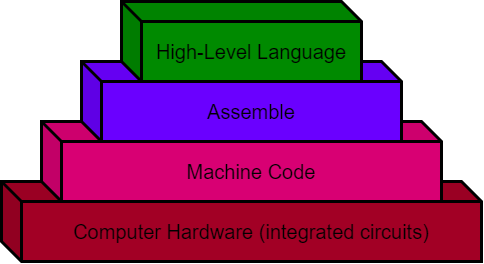
Earlier version of the draw.io export docs/introduction/images/programming_language_levels.png (Mr-Coxall/Computer-Based-Problem-Solving). Source tidied: cells renumbered, new cells last; positions are measured from the earlier drawing's top-left corner, leaving out a move shared by most shapes. Its diagram source:
```xml
<mxGraphModel>
  <root>
    <mxCell id="0" />
    <mxCell id="1" parent="0" />
    <mxCell id="2" value="&lt;font color=&quot;#000000&quot; style=&quot;font-size: 20px&quot;&gt;Computer Hardware (integrated circuits)&lt;/font&gt;" style="shape=cube;whiteSpace=wrap;html=1;boundedLbl=1;backgroundOutline=1;darkOpacity=0.05;darkOpacity2=0.1;direction=east;fillColor=#a20025;fontColor=#ffffff;strokeColor=#000000;strokeWidth=3;" parent="1" vertex="1">
      <mxGeometry y="180" width="480" height="80" as="geometry" />
    </mxCell>
    <mxCell id="3" value="&lt;font color=&quot;#000000&quot; style=&quot;font-size: 20px&quot;&gt;Machine Code&lt;/font&gt;" style="shape=cube;whiteSpace=wrap;html=1;boundedLbl=1;backgroundOutline=1;darkOpacity=0.05;darkOpacity2=0.1;direction=east;fillColor=#d80073;fontColor=#ffffff;strokeColor=#000000;strokeWidth=3;" parent="1" vertex="1">
      <mxGeometry x="40" y="120" width="400" height="80" as="geometry" />
    </mxCell>
    <mxCell id="4" value="&lt;font color=&quot;#000000&quot; style=&quot;font-size: 20px&quot;&gt;Assemble&lt;/font&gt;" style="shape=cube;whiteSpace=wrap;html=1;boundedLbl=1;backgroundOutline=1;darkOpacity=0.05;darkOpacity2=0.1;direction=east;fillColor=#6a00ff;fontColor=#ffffff;strokeColor=#000000;strokeWidth=3;" parent="1" vertex="1">
      <mxGeometry x="80" y="60" width="320" height="80" as="geometry" />
    </mxCell>
    <mxCell id="5" value="&lt;font color=&quot;#000000&quot; style=&quot;font-size: 20px&quot;&gt;High-Level Language&lt;/font&gt;" style="shape=cube;whiteSpace=wrap;html=1;boundedLbl=1;backgroundOutline=1;darkOpacity=0.05;darkOpacity2=0.1;direction=east;fillColor=#008a00;fontColor=#ffffff;strokeColor=#000000;strokeWidth=3;" parent="1" vertex="1">
      <mxGeometry x="120" width="240" height="80" as="geometry" />
    </mxCell>
  </root>
</mxGraphModel>
```
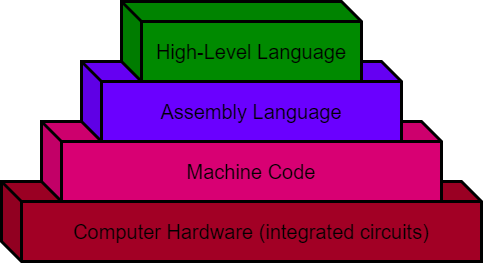
Later version of the same file.

Commit message:
fixed spelling mistake

What changed in the source:
```diff
@@ -8,7 +8,7 @@
     <mxCell id="3" value="&lt;font color=&quot;#000000&quot; style=&quot;font-size: 20px&quot;&gt;Machine Code&lt;/font&gt;" style="shape=cube;whiteSpace=wrap;html=1;boundedLbl=1;backgroundOutline=1;darkOpacity=0.05;darkOpacity2=0.1;direction=east;fillColor=#d80073;fontColor=#ffffff;strokeColor=#000000;strokeWidth=3;" parent="1" vertex="1">
       <mxGeometry x="40" y="120" width="400" height="80" as="geometry" />
     </mxCell>
-    <mxCell id="4" value="&lt;font color=&quot;#000000&quot; style=&quot;font-size: 20px&quot;&gt;Assemble&lt;/font&gt;" style="shape=cube;whiteSpace=wrap;html=1;boundedLbl=1;backgroundOutline=1;darkOpacity=0.05;darkOpacity2=0.1;direction=east;fillColor=#6a00ff;fontColor=#ffffff;strokeColor=#000000;strokeWidth=3;" parent="1" vertex="1">
+    <mxCell id="4" value="&lt;font color=&quot;#000000&quot; style=&quot;font-size: 20px&quot;&gt;Assembly Language&lt;/font&gt;" style="shape=cube;whiteSpace=wrap;html=1;boundedLbl=1;backgroundOutline=1;darkOpacity=0.05;darkOpacity2=0.1;direction=east;fillColor=#6a00ff;fontColor=#ffffff;strokeColor=#000000;strokeWidth=3;" parent="1" vertex="1">
       <mxGeometry x="80" y="60" width="320" height="80" as="geometry" />
     </mxCell>
     <mxCell id="5" value="&lt;font color=&quot;#000000&quot; style=&quot;font-size: 20px&quot;&gt;High-Level Language&lt;/font&gt;" style="shape=cube;whiteSpace=wrap;html=1;boundedLbl=1;backgroundOutline=1;darkOpacity=0.05;darkOpacity2=0.1;direction=east;fillColor=#008a00;fontColor=#ffffff;strokeColor=#000000;strokeWidth=3;" parent="1" vertex="1">
```
